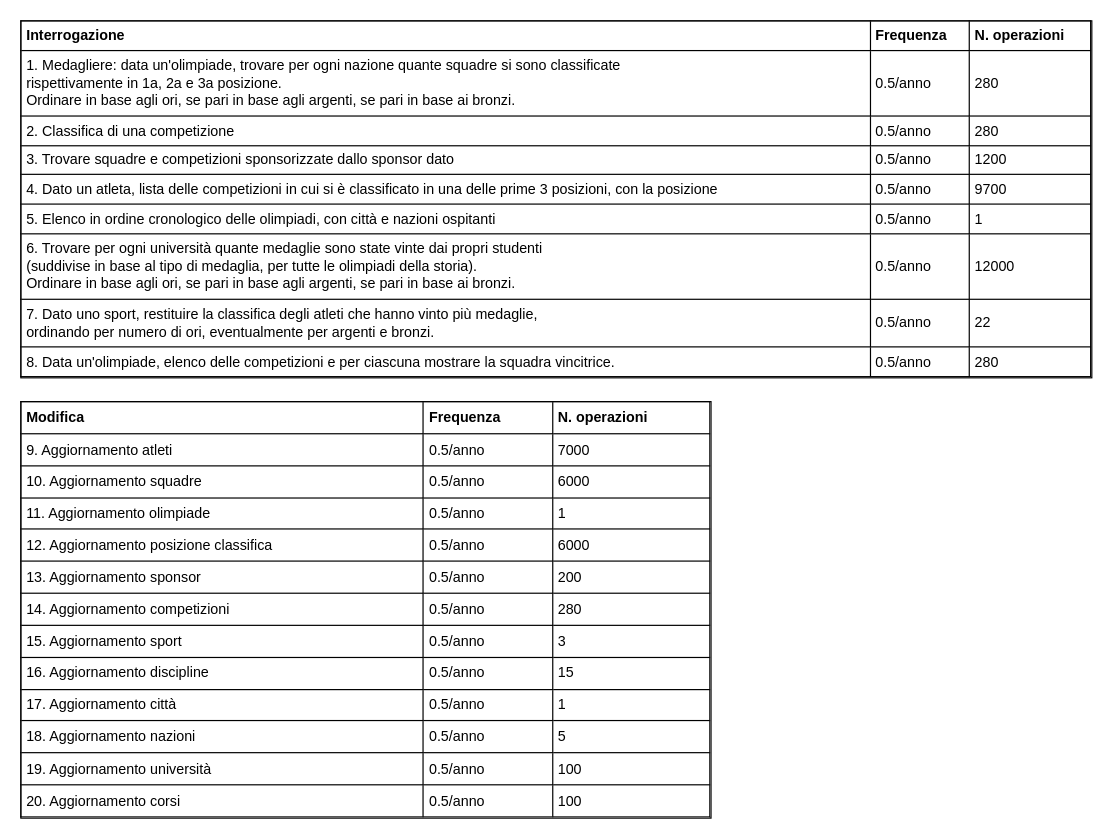
This is page "Operazioni" (5 of 6) of Olimpiadi studentesche.drawio from giovannivelludo/database-project, a draw.io file, before an edit. Source tidied: cells renumbered, new cells numbered last; positions are measured from the earlier drawing's top-left corner, leaving out a move shared by most shapes. Both pictures are drawn from the tidied source at 119%, with x=0, y=0 at pixel (20, 20).
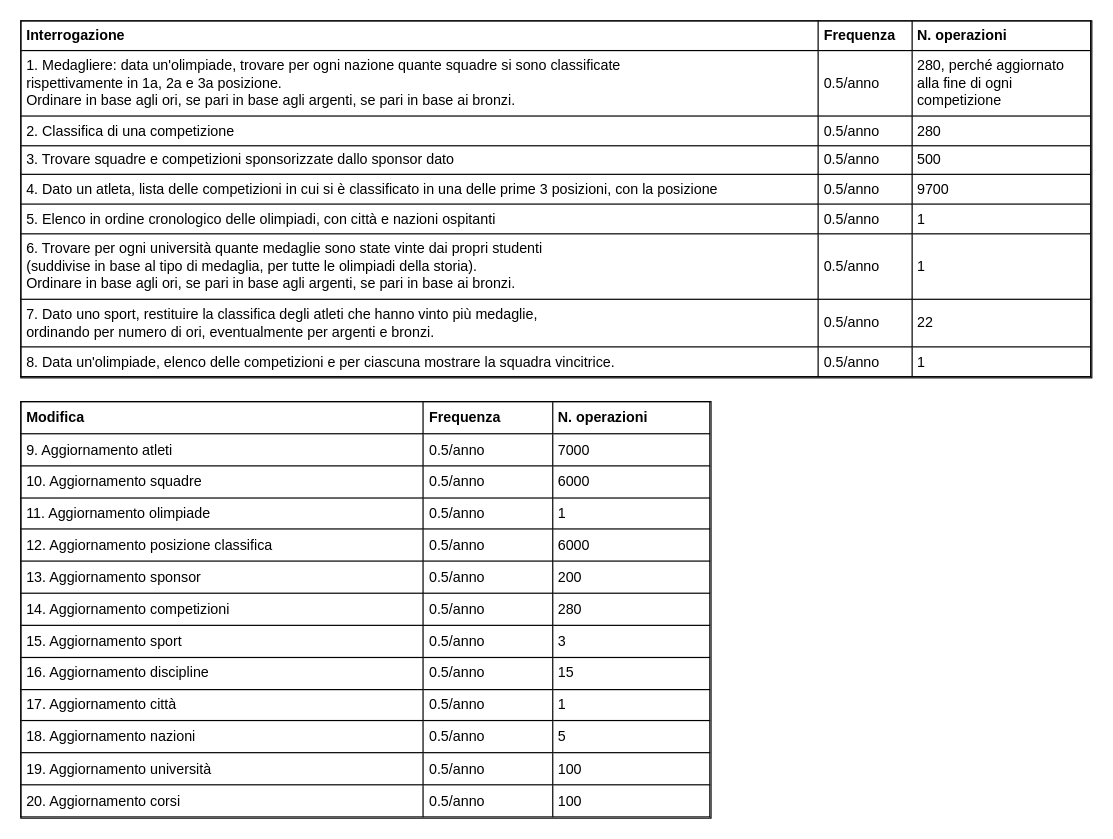
The same page after the edit.

The edit, as a diff of the source:
```diff
@@
 <mxGraphModel>
   <root>
     <mxCell id="0" />
     <mxCell id="1" parent="0" />
-    <mxCell id="2" value="&lt;table style=&quot;width: 100% ; height: 100% ; border-collapse: collapse ; border: 1px solid rgb(0 , 0 , 0)&quot; width=&quot;100%&quot; cellpadding=&quot;4&quot; border=&quot;1&quot; align=&quot;center&quot;&gt;&lt;tbody&gt;&lt;tr style=&quot;color: rgb(255 , 255 , 255)&quot;&gt;&lt;th align=&quot;left&quot;&gt;&lt;span&gt;&lt;font color=&quot;#000000&quot;&gt;Interrogazione&lt;br&gt;&lt;/font&gt;&lt;/span&gt;&lt;/th&gt;&lt;th align=&quot;left&quot;&gt;&lt;span&gt;&lt;font color=&quot;#000000&quot;&gt;Frequenza&lt;br&gt;&lt;/font&gt;&lt;/span&gt;&lt;/th&gt;&lt;td&gt;&lt;b&gt;&lt;font color=&quot;#000000&quot;&gt;N. operazioni&lt;/font&gt;&lt;/b&gt;&lt;br&gt;&lt;/td&gt;&lt;/tr&gt;&lt;tr&gt;&lt;td&gt;&lt;span&gt;1. Medagliere: data un'olimpiade, trovare per ogni nazione quante squadre si sono classificate&lt;br&gt;rispettivamente in 1a, 2a e 3a posizione.&lt;br&gt;Ordinare in base agli ori, se pari in base agli argenti, se pari in base ai bronzi.&lt;br&gt;&lt;/span&gt;&lt;/td&gt;&lt;td&gt;&lt;span&gt;0.5/anno&lt;br&gt;&lt;/span&gt;&lt;/td&gt;&lt;td&gt;280&lt;br&gt;&lt;/td&gt;&lt;/tr&gt;&lt;tr&gt;&lt;td&gt;&lt;span&gt;2. Classifica di una competizione&lt;br&gt;&lt;/span&gt;&lt;/td&gt;&lt;td&gt;&lt;span&gt;0.5/anno&lt;br&gt;&lt;/span&gt;&lt;/td&gt;&lt;td&gt;280&lt;br&gt;&lt;/td&gt;&lt;/tr&gt;&lt;tr&gt;&lt;td&gt;&lt;span&gt;3. Trovare squadre e competizioni sponsorizzate dallo sponsor dato&lt;br&gt;&lt;/span&gt;&lt;/td&gt;&lt;td&gt;&lt;span&gt;0.5/anno&lt;br&gt;&lt;/span&gt;&lt;/td&gt;&lt;td&gt;1200&lt;br&gt;&lt;/td&gt;&lt;/tr&gt;&lt;tr&gt;&lt;td&gt;&lt;span&gt;4. Dato un atleta, lista delle competizioni in cui si è classificato in una delle prime 3 posizioni, con la posizione&lt;br&gt;&lt;/span&gt;&lt;/td&gt;&lt;td&gt;0.5/anno&lt;br&gt;&lt;/td&gt;&lt;td&gt;9700&lt;br&gt;&lt;/td&gt;&lt;/tr&gt;&lt;tr&gt;&lt;td&gt;5. Elenco in ordine cronologico delle olimpiadi, con città e nazioni ospitanti&lt;br&gt;&lt;/td&gt;&lt;td&gt;0.5/anno&lt;br&gt;&lt;/td&gt;&lt;td&gt;1&lt;br&gt;&lt;/td&gt;&lt;/tr&gt;&lt;tr&gt;&lt;td&gt;&lt;span&gt;6. Trovare per ogni università quante medaglie sono state vinte dai propri studenti&lt;br&gt;(suddivise in base al tipo di medaglia, per tutte le olimpiadi della storia).&lt;br&gt;Ordinare in base agli ori, se pari in base agli argenti, se pari in base ai bronzi.&lt;/span&gt;&lt;/td&gt;&lt;td&gt;0.5/anno&lt;br&gt;&lt;/td&gt;&lt;td&gt;12000&lt;br&gt;&lt;/td&gt;&lt;/tr&gt;&lt;tr&gt;&lt;td&gt;7. Dato uno sport, restituire la classifica degli atleti che hanno vinto più medaglie,&lt;br&gt;ordinando per numero di ori, eventualmente per argenti e bronzi.&lt;br&gt;&lt;/td&gt;&lt;td&gt;0.5/anno&lt;br&gt;&lt;/td&gt;&lt;td&gt;22&lt;br&gt;&lt;/td&gt;&lt;/tr&gt;&lt;tr&gt;&lt;td&gt;8. Data un'olimpiade, elenco delle competizioni e per ciascuna mostrare la squadra vincitrice.&lt;br&gt;&lt;/td&gt;&lt;td&gt;0.5/anno&lt;br&gt;&lt;/td&gt;&lt;td&gt;280&lt;br&gt;&lt;/td&gt;&lt;/tr&gt;&lt;/tbody&gt;&lt;/table&gt;" style="text;html=1;strokeColor=#000000;fillColor=#ffffff;overflow=fill;rounded=0;" parent="1" vertex="1">
+    <mxCell id="2" value="&lt;table style=&quot;width: 100% ; height: 100% ; border-collapse: collapse ; border: 1px solid rgb(0 , 0 , 0)&quot; width=&quot;100%&quot; cellpadding=&quot;4&quot; border=&quot;1&quot; align=&quot;center&quot;&gt;&lt;tbody&gt;&lt;tr style=&quot;color: rgb(255 , 255 , 255)&quot;&gt;&lt;th align=&quot;left&quot;&gt;&lt;span&gt;&lt;font color=&quot;#000000&quot;&gt;Interrogazione&lt;br&gt;&lt;/font&gt;&lt;/span&gt;&lt;/th&gt;&lt;th align=&quot;left&quot;&gt;&lt;span&gt;&lt;font color=&quot;#000000&quot;&gt;Frequenza&lt;br&gt;&lt;/font&gt;&lt;/span&gt;&lt;/th&gt;&lt;td&gt;&lt;b&gt;&lt;font color=&quot;#000000&quot;&gt;N. operazioni&lt;/font&gt;&lt;/b&gt;&lt;br&gt;&lt;/td&gt;&lt;/tr&gt;&lt;tr&gt;&lt;td&gt;&lt;span&gt;1. Medagliere: data un'olimpiade, trovare per ogni nazione quante squadre si sono classificate&lt;br&gt;rispettivamente in 1a, 2a e 3a posizione.&lt;br&gt;Ordinare in base agli ori, se pari in base agli argenti, se pari in base ai bronzi.&lt;br&gt;&lt;/span&gt;&lt;/td&gt;&lt;td&gt;&lt;span&gt;0.5/anno&lt;br&gt;&lt;/span&gt;&lt;/td&gt;&lt;td&gt;280, perché aggiornato&lt;br&gt;alla fine di ogni&lt;br&gt;competizione&lt;br&gt;&lt;/td&gt;&lt;/tr&gt;&lt;tr&gt;&lt;td&gt;&lt;span&gt;2. Classifica di una competizione&lt;br&gt;&lt;/span&gt;&lt;/td&gt;&lt;td&gt;&lt;span&gt;0.5/anno&lt;br&gt;&lt;/span&gt;&lt;/td&gt;&lt;td&gt;280&lt;br&gt;&lt;/td&gt;&lt;/tr&gt;&lt;tr&gt;&lt;td&gt;&lt;span&gt;3. Trovare squadre e competizioni sponsorizzate dallo sponsor dato&lt;br&gt;&lt;/span&gt;&lt;/td&gt;&lt;td&gt;&lt;span&gt;0.5/anno&lt;br&gt;&lt;/span&gt;&lt;/td&gt;&lt;td&gt;500&lt;br&gt;&lt;/td&gt;&lt;/tr&gt;&lt;tr&gt;&lt;td&gt;&lt;span&gt;4. Dato un atleta, lista delle competizioni in cui si è classificato in una delle prime 3 posizioni, con la posizione&lt;br&gt;&lt;/span&gt;&lt;/td&gt;&lt;td&gt;0.5/anno&lt;br&gt;&lt;/td&gt;&lt;td&gt;9700&lt;br&gt;&lt;/td&gt;&lt;/tr&gt;&lt;tr&gt;&lt;td&gt;5. Elenco in ordine cronologico delle olimpiadi, con città e nazioni ospitanti&lt;br&gt;&lt;/td&gt;&lt;td&gt;0.5/anno&lt;br&gt;&lt;/td&gt;&lt;td&gt;1&lt;br&gt;&lt;/td&gt;&lt;/tr&gt;&lt;tr&gt;&lt;td&gt;&lt;span&gt;6. Trovare per ogni università quante medaglie sono state vinte dai propri studenti&lt;br&gt;(suddivise in base al tipo di medaglia, per tutte le olimpiadi della storia).&lt;br&gt;Ordinare in base agli ori, se pari in base agli argenti, se pari in base ai bronzi.&lt;/span&gt;&lt;/td&gt;&lt;td&gt;0.5/anno&lt;br&gt;&lt;/td&gt;&lt;td&gt;1&lt;br&gt;&lt;/td&gt;&lt;/tr&gt;&lt;tr&gt;&lt;td&gt;7. Dato uno sport, restituire la classifica degli atleti che hanno vinto più medaglie,&lt;br&gt;ordinando per numero di ori, eventualmente per argenti e bronzi.&lt;br&gt;&lt;/td&gt;&lt;td&gt;0.5/anno&lt;br&gt;&lt;/td&gt;&lt;td&gt;22&lt;br&gt;&lt;/td&gt;&lt;/tr&gt;&lt;tr&gt;&lt;td&gt;8. Data un'olimpiade, elenco delle competizioni e per ciascuna mostrare la squadra vincitrice.&lt;br&gt;&lt;/td&gt;&lt;td&gt;0.5/anno&lt;br&gt;&lt;/td&gt;&lt;td&gt;1&lt;br&gt;&lt;/td&gt;&lt;/tr&gt;&lt;/tbody&gt;&lt;/table&gt;" style="text;html=1;strokeColor=#000000;fillColor=#ffffff;overflow=fill;rounded=0;" parent="1" vertex="1">
       <mxGeometry width="900" height="300" as="geometry" />
     </mxCell>
     <mxCell id="3" value="&lt;table style=&quot;width: 100% ; height: 100% ; border-collapse: collapse ; border: 1px solid rgb(0 , 0 , 0)&quot; width=&quot;100%&quot; cellpadding=&quot;4&quot; border=&quot;1&quot; align=&quot;left&quot;&gt;&lt;tbody&gt;&lt;tr style=&quot;color: rgb(255 , 255 , 255)&quot;&gt;&lt;th align=&quot;left&quot;&gt;&lt;span&gt;&lt;font color=&quot;#000000&quot;&gt;Modifica&lt;br&gt;&lt;/font&gt;&lt;/span&gt;&lt;/th&gt;&lt;th align=&quot;left&quot;&gt;&lt;span&gt;&lt;font color=&quot;#000000&quot;&gt;Frequenza&lt;br&gt;&lt;/font&gt;&lt;/span&gt;&lt;/th&gt;&lt;td&gt;&lt;b&gt;&lt;font color=&quot;#000000&quot;&gt;N. operazioni&lt;/font&gt;&lt;/b&gt;&lt;br&gt;&lt;/td&gt;&lt;/tr&gt;&lt;tr&gt;&lt;td&gt;&lt;span&gt;9. Aggiornamento atleti&lt;br&gt;&lt;/span&gt;&lt;/td&gt;&lt;td&gt;&lt;span&gt;0.5/anno&lt;br&gt;&lt;/span&gt;&lt;/td&gt;&lt;td&gt;7000&lt;br&gt;&lt;/td&gt;&lt;/tr&gt;&lt;tr&gt;&lt;td&gt;&lt;span&gt;10. Aggiornamento squadre&lt;br&gt;&lt;/span&gt;&lt;/td&gt;&lt;td&gt;&lt;span&gt;0.5/anno&lt;br&gt;&lt;/span&gt;&lt;/td&gt;&lt;td&gt;6000&lt;br&gt;&lt;/td&gt;&lt;/tr&gt;&lt;tr&gt;&lt;td&gt;&lt;span&gt;11. Aggiornamento olimpiade&lt;br&gt;&lt;/span&gt;&lt;/td&gt;&lt;td&gt;&lt;span&gt;0.5/anno&lt;br&gt;&lt;/span&gt;&lt;/td&gt;&lt;td&gt;1&lt;br&gt;&lt;/td&gt;&lt;/tr&gt;&lt;tr&gt;&lt;td&gt;&lt;span&gt;12. Aggiornamento posizione classifica&lt;br&gt;&lt;/span&gt;&lt;/td&gt;&lt;td&gt;0.5/anno&lt;br&gt;&lt;/td&gt;&lt;td&gt;6000&lt;br&gt;&lt;/td&gt;&lt;/tr&gt;&lt;tr&gt;&lt;td&gt;13. Aggiornamento sponsor&lt;br&gt;&lt;/td&gt;&lt;td&gt;0.5/anno&lt;br&gt;&lt;/td&gt;&lt;td&gt;200&lt;br&gt;&lt;/td&gt;&lt;/tr&gt;&lt;tr&gt;&lt;td&gt;&lt;span&gt;14. Aggiornamento competizioni&lt;br&gt;&lt;/span&gt;&lt;/td&gt;&lt;td&gt;0.5/anno&lt;br&gt;&lt;/td&gt;&lt;td&gt;280&lt;br&gt;&lt;/td&gt;&lt;/tr&gt;&lt;tr&gt;&lt;td&gt;15. Aggiornamento sport&lt;br&gt;&lt;/td&gt;&lt;td&gt;&lt;span&gt;0.5/anno&lt;/span&gt;&lt;/td&gt;&lt;td&gt;3&lt;br&gt;&lt;/td&gt;&lt;/tr&gt;&lt;tr&gt;&lt;td&gt;16. Aggiornamento discipline&lt;br&gt;&lt;/td&gt;&lt;td&gt;&lt;span&gt;0.5/anno&lt;/span&gt;&lt;/td&gt;&lt;td&gt;15&lt;br&gt;&lt;/td&gt;&lt;/tr&gt;&lt;tr&gt;&lt;td&gt;17. Aggiornamento città&lt;br&gt;&lt;/td&gt;&lt;td&gt;&lt;span&gt;0.5/anno&lt;/span&gt;&lt;/td&gt;&lt;td&gt;1&lt;br&gt;&lt;/td&gt;&lt;/tr&gt;&lt;tr&gt;&lt;td&gt;18. Aggiornamento nazioni&lt;br&gt;&lt;/td&gt;&lt;td&gt;&lt;span&gt;0.5/anno&lt;/span&gt;&lt;/td&gt;&lt;td&gt;5&lt;br&gt;&lt;/td&gt;&lt;/tr&gt;&lt;tr&gt;&lt;td&gt;19. Aggiornamento università&lt;br&gt;&lt;/td&gt;&lt;td&gt;&lt;span&gt;0.5/anno&lt;/span&gt;&lt;/td&gt;&lt;td&gt;100&lt;br&gt;&lt;/td&gt;&lt;/tr&gt;&lt;tr&gt;&lt;td&gt;20. Aggiornamento corsi&lt;br&gt;&lt;/td&gt;&lt;td&gt;&lt;span&gt;0.5/anno&lt;/span&gt;&lt;/td&gt;&lt;td&gt;100&lt;br&gt;&lt;/td&gt;&lt;/tr&gt;&lt;/tbody&gt;&lt;/table&gt;" style="text;html=1;strokeColor=#000000;fillColor=#ffffff;overflow=fill;rounded=0;" parent="1" vertex="1">
       <mxGeometry y="320" width="580" height="350" as="geometry" />
     </mxCell>
   </root>
 </mxGraphModel>
```
